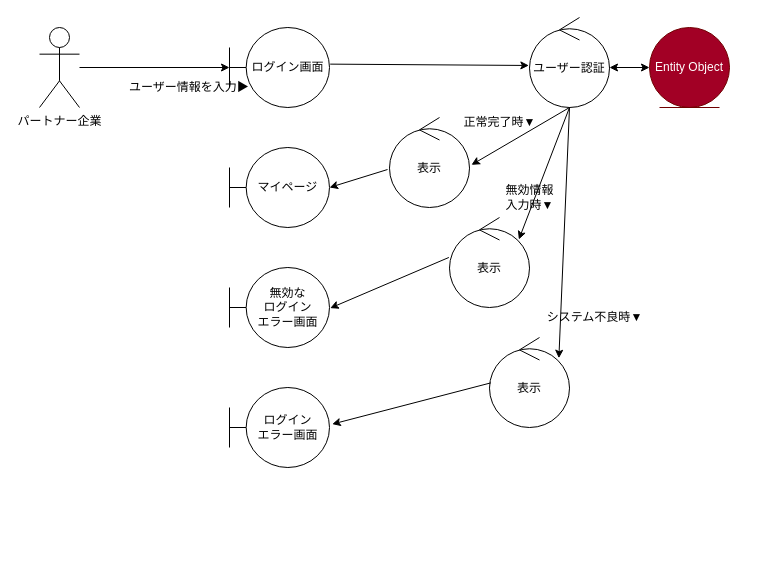
Earlier version of the draw.io diagram page "ログイン" (8 of 9) of out/ロバストネス図/パートナー企業-ロバストネス図.drawio (ksw2270227/GroupF). Source tidied: cells renumbered, new cells numbered last; positions are measured from the earlier drawing's top-left corner, leaving out a move shared by most shapes. Both pictures are drawn from the tidied source at 100%, with x=0, y=0 at pixel (39, 17).
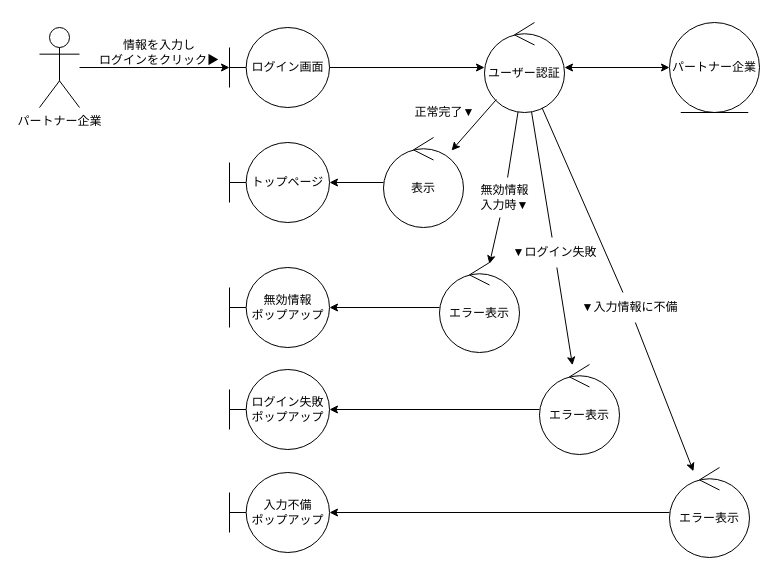
The same page after the edit.

Unchanged cells that the change refers to:
```xml
<mxCell id="5" value="ログイン画面" style="shape=umlBoundary;whiteSpace=wrap;html=1;" parent="1" vertex="1">
  <mxGeometry x="190" y="10" width="100" height="80" as="geometry" />
</mxCell>
```

Diff of the diagram source:
```diff
@@
     <mxCell id="3" value="表示" style="ellipse;shape=umlControl;whiteSpace=wrap;html=1;" parent="1" vertex="1">
-      <mxGeometry x="350" y="100" width="80" height="90" as="geometry" />
+      <mxGeometry x="344" y="120" width="80" height="90" as="geometry" />
     </mxCell>
-    <mxCell id="4" value="Entity Object" style="ellipse;shape=umlEntity;whiteSpace=wrap;html=1;fillColor=#a20025;fontColor=#ffffff;strokeColor=#6F0000;" parent="1" vertex="1">
-      <mxGeometry x="610" y="10" width="80" height="80" as="geometry" />
+    <mxCell id="4" value="パートナー企業" style="ellipse;shape=umlEntity;whiteSpace=wrap;html=1;" parent="1" vertex="1">
+      <mxGeometry x="630" y="5" width="90" height="90" as="geometry" />
     </mxCell>
@@
-    <mxCell id="6" value="無効な&lt;br&gt;ログイン&lt;br&gt;エラー画面" style="shape=umlBoundary;whiteSpace=wrap;html=1;" parent="1" vertex="1">
+    <mxCell id="6" value="無効情報&lt;br&gt;ポップアップ" style="shape=umlBoundary;whiteSpace=wrap;html=1;" parent="1" vertex="1">
       <mxGeometry x="190" y="250" width="100" height="80" as="geometry" />
     </mxCell>
-    <mxCell id="7" value="マイページ" style="shape=umlBoundary;whiteSpace=wrap;html=1;" parent="1" vertex="1">
-      <mxGeometry x="190" y="130" width="100" height="80" as="geometry" />
+    <mxCell id="7" value="トップページ" style="shape=umlBoundary;whiteSpace=wrap;html=1;" parent="1" vertex="1">
+      <mxGeometry x="190" y="125" width="100" height="80" as="geometry" />
     </mxCell>
-    <mxCell id="8" value="表示" style="ellipse;shape=umlControl;whiteSpace=wrap;html=1;" parent="1" vertex="1">
-      <mxGeometry x="410" y="200" width="80" height="90" as="geometry" />
+    <mxCell id="8" value="エラー表示" style="ellipse;shape=umlControl;whiteSpace=wrap;html=1;" parent="1" vertex="1">
+      <mxGeometry x="400" y="245" width="80" height="90" as="geometry" />
     </mxCell>
+    <mxCell id="25" style="edgeStyle=none;html=1;startArrow=none;" parent="1" edge="1" source="32" target="27">
+      <mxGeometry relative="1" as="geometry" />
+    </mxCell>
     <mxCell id="9" value="ユーザー認証" style="ellipse;shape=umlControl;whiteSpace=wrap;html=1;" parent="1" vertex="1">
-      <mxGeometry x="490" width="80" height="90" as="geometry" />
+      <mxGeometry x="445" y="5" width="80" height="90" as="geometry" />
     </mxCell>
@@
-    <mxCell id="11" style="endArrow=classic;html=1;exitX=1.007;exitY=0.458;exitDx=0;exitDy=0;exitPerimeter=0;entryX=-0.008;entryY=0.533;entryDx=0;entryDy=0;entryPerimeter=0;" parent="1" edge="1" source="5" target="9">
+    <mxCell id="11" style="endArrow=classic;html=1;" parent="1" edge="1" source="5" target="9">
       <mxGeometry relative="1" as="geometry" />
     </mxCell>
-    <mxCell id="12" style="endArrow=classic;startArrow=classic;html=1;entryX=0;entryY=0.5;entryDx=0;entryDy=0;" parent="1" edge="1" target="4">
-      <mxGeometry relative="1" as="geometry">
-        <mxPoint x="570" y="50" as="sourcePoint" />
-      </mxGeometry>
+    <mxCell id="12" style="endArrow=classic;startArrow=classic;html=1;" parent="1" edge="1" source="9" target="4">
+      <mxGeometry relative="1" as="geometry" />
     </mxCell>
-    <mxCell id="13" style="endArrow=classic;html=1;entryX=1.025;entryY=0.526;entryDx=0;entryDy=0;entryPerimeter=0;" parent="1" edge="1" target="3">
-      <mxGeometry relative="1" as="geometry">
-        <mxPoint x="530" y="90" as="sourcePoint" />
-      </mxGeometry>
+    <mxCell id="13" style="endArrow=classic;html=1;" parent="1" edge="1" source="9" target="3">
+      <mxGeometry relative="1" as="geometry" />
     </mxCell>
-    <mxCell id="14" style="endArrow=classic;html=1;exitX=-0.025;exitY=0.578;exitDx=0;exitDy=0;exitPerimeter=0;" parent="1" edge="1" source="3">
+    <mxCell id="14" style="endArrow=classic;html=1;" parent="1" edge="1" source="3">
       <mxGeometry relative="1" as="geometry">
-        <mxPoint x="290" y="170" as="targetPoint" />
+        <mxPoint x="290" y="165" as="targetPoint" />
       </mxGeometry>
     </mxCell>
-    <mxCell id="15" style="endArrow=classic;html=1;entryX=0.867;entryY=0.244;entryDx=0;entryDy=0;entryPerimeter=0;" parent="1" edge="1" target="8">
-      <mxGeometry relative="1" as="geometry">
-        <mxPoint x="530" y="90" as="sourcePoint" />
-      </mxGeometry>
+    <mxCell id="15" style="endArrow=classic;html=1;startArrow=none;" parent="1" edge="1" source="22" target="8">
+      <mxGeometry relative="1" as="geometry" />
     </mxCell>
-    <mxCell id="16" style="endArrow=classic;html=1;exitX=-0.008;exitY=0.444;exitDx=0;exitDy=0;exitPerimeter=0;entryX=1.007;entryY=0.508;entryDx=0;entryDy=0;entryPerimeter=0;" parent="1" edge="1" source="8" target="6">
+    <mxCell id="16" style="endArrow=classic;html=1;" parent="1" edge="1" source="8" target="6">
       <mxGeometry relative="1" as="geometry" />
     </mxCell>
-    <mxCell id="17" value="ユーザー情報を入力▶" style="text;html=1;strokeColor=none;fillColor=none;align=center;verticalAlign=middle;whiteSpace=wrap;rounded=0;" parent="1" vertex="1">
-      <mxGeometry x="80" y="60" width="140" height="20" as="geometry" />
+    <mxCell id="17" value="情報を入力し&lt;br&gt;ログインをクリック▶" style="text;html=1;strokeColor=none;fillColor=none;align=center;verticalAlign=middle;whiteSpace=wrap;rounded=0;" parent="1" vertex="1">
+      <mxGeometry x="50" y="20" width="140" height="30" as="geometry" />
     </mxCell>
-    <mxCell id="18" value="表示" style="ellipse;shape=umlControl;whiteSpace=wrap;html=1;" parent="1" vertex="1">
-      <mxGeometry x="450" y="320" width="80" height="90" as="geometry" />
+    <mxCell id="18" value="エラー表示" style="ellipse;shape=umlControl;whiteSpace=wrap;html=1;" parent="1" vertex="1">
+      <mxGeometry x="500" y="347" width="80" height="90" as="geometry" />
     </mxCell>
-    <mxCell id="19" value="ログイン&lt;br&gt;エラー画面" style="shape=umlBoundary;whiteSpace=wrap;html=1;" parent="1" vertex="1">
-      <mxGeometry x="190" y="370" width="100" height="80" as="geometry" />
+    <mxCell id="19" value="ログイン失敗&lt;br&gt;ポップアップ" style="shape=umlBoundary;whiteSpace=wrap;html=1;" parent="1" vertex="1">
+      <mxGeometry x="190" y="352" width="100" height="80" as="geometry" />
     </mxCell>
-    <mxCell id="20" style="endArrow=classic;html=1;entryX=1.027;entryY=0.458;entryDx=0;entryDy=0;entryPerimeter=0;exitX=0.017;exitY=0.504;exitDx=0;exitDy=0;exitPerimeter=0;" parent="1" edge="1" source="18" target="19">
+    <mxCell id="20" style="endArrow=classic;html=1;" parent="1" edge="1" source="18" target="19">
       <mxGeometry relative="1" as="geometry" />
     </mxCell>
-    <mxCell id="21" style="endArrow=classic;html=1;entryX=0.867;entryY=0.23;entryDx=0;entryDy=0;entryPerimeter=0;" parent="1" edge="1" target="18">
-      <mxGeometry relative="1" as="geometry">
-        <mxPoint x="530" y="90" as="sourcePoint" />
-      </mxGeometry>
+    <mxCell id="21" style="endArrow=classic;html=1;startArrow=none;" parent="1" edge="1" source="23" target="18">
+      <mxGeometry relative="1" as="geometry" />
     </mxCell>
+    <mxCell id="24" value="正常完了▼" style="text;html=1;align=center;verticalAlign=middle;strokeColor=none;fillColor=none;" parent="1" vertex="1">
+      <mxGeometry x="365" y="80" width="80" height="30" as="geometry" />
+    </mxCell>
+    <mxCell id="26" value="入力不備&lt;br&gt;ポップアップ" style="shape=umlBoundary;whiteSpace=wrap;html=1;" parent="1" vertex="1">
+      <mxGeometry x="190" y="455" width="100" height="80" as="geometry" />
+    </mxCell>
+    <mxCell id="27" value="エラー表示" style="ellipse;shape=umlControl;whiteSpace=wrap;html=1;" parent="1" vertex="1">
+      <mxGeometry x="630" y="450" width="80" height="90" as="geometry" />
+    </mxCell>
+    <mxCell id="28" style="endArrow=classic;html=1;" parent="1" edge="1" source="27" target="26">
+      <mxGeometry relative="1" as="geometry" />
+    </mxCell>
+    <mxCell id="29" style="endArrow=none;html=1;" parent="1" edge="1" source="9" target="22">
+      <mxGeometry relative="1" as="geometry" />
+    </mxCell>
     <mxCell id="22" value="無効情報&lt;br&gt;入力時▼" style="text;html=1;align=center;verticalAlign=middle;points=[];strokeColor=none;fillColor=none;" parent="1" vertex="1">
-      <mxGeometry x="455" y="160" width="70" height="40" as="geometry" />
+      <mxGeometry x="430" y="160" width="70" height="40" as="geometry" />
     </mxCell>
+    <mxCell id="30" style="endArrow=none;html=1;" parent="1" edge="1" source="9" target="23">
+      <mxGeometry relative="1" as="geometry" />
+    </mxCell>
-    <mxCell id="23" value="システム不良時▼" style="text;html=1;align=center;verticalAlign=middle;points=[];strokeColor=none;fillColor=none;" parent="1" vertex="1">
-      <mxGeometry x="495" y="285" width="120" height="30" as="geometry" />
+    <mxCell id="23" value="▼ログイン失敗" style="text;html=1;align=center;verticalAlign=middle;points=[];strokeColor=none;fillColor=none;" parent="1" vertex="1">
+      <mxGeometry x="460" y="220" width="110" height="30" as="geometry" />
     </mxCell>
-    <mxCell id="24" value="正常完了時▼" style="text;html=1;align=center;verticalAlign=middle;strokeColor=none;fillColor=none;" parent="1" vertex="1">
-      <mxGeometry x="410" y="90" width="100" height="30" as="geometry" />
-    </mxCell>
+    <mxCell id="31" style="edgeStyle=none;html=1;endArrow=none;" parent="1" edge="1" source="9" target="32">
+      <mxGeometry relative="1" as="geometry" />
+    </mxCell>
+    <mxCell id="32" value="▼入力情報に不備" style="text;html=1;align=center;verticalAlign=middle;points=[];strokeColor=none;fillColor=none;" parent="1" vertex="1">
+      <mxGeometry x="530" y="275" width="120" height="30" as="geometry" />
+    </mxCell>
```
